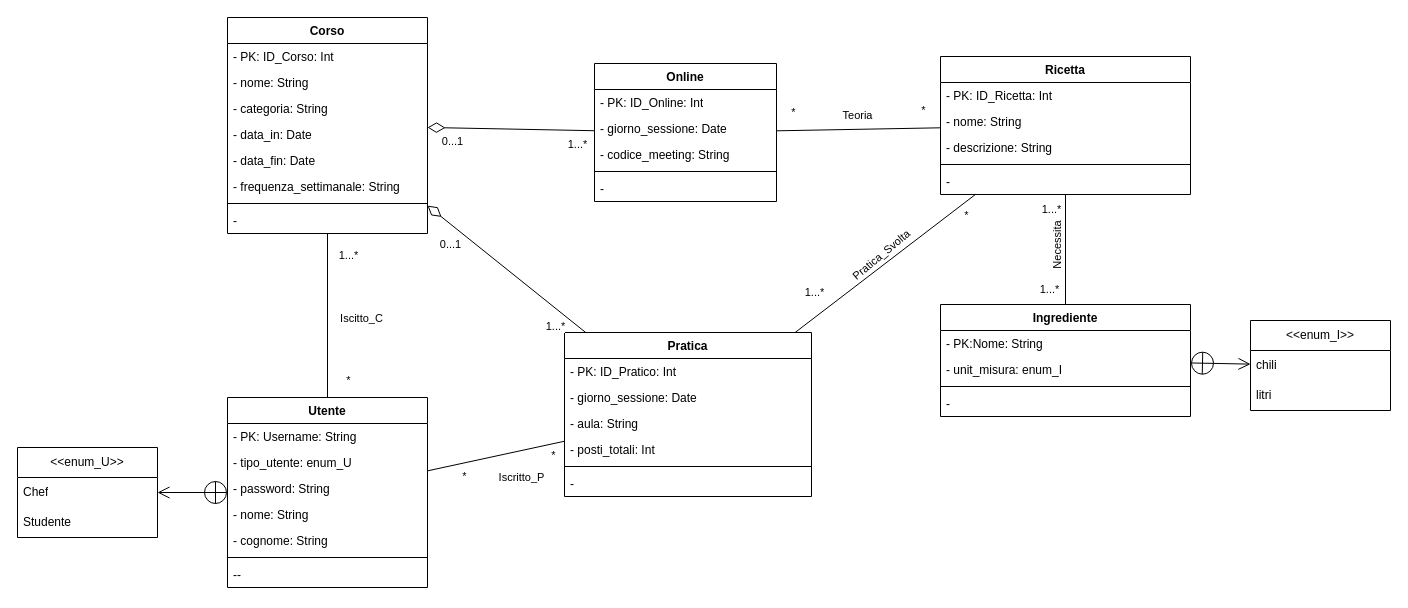
Earlier version of the draw.io diagram page "umlRistrutturato" (3 of 4) of bdd/uml/UML1.drawio (MetisWastaken/UninaFoodLab). Source tidied: cells renumbered, new cells numbered last; positions are measured from the earlier drawing's top-left corner, leaving out a move shared by most shapes. Both pictures are drawn from the tidied source at 100%, with x=0, y=0 at pixel (17, 17).
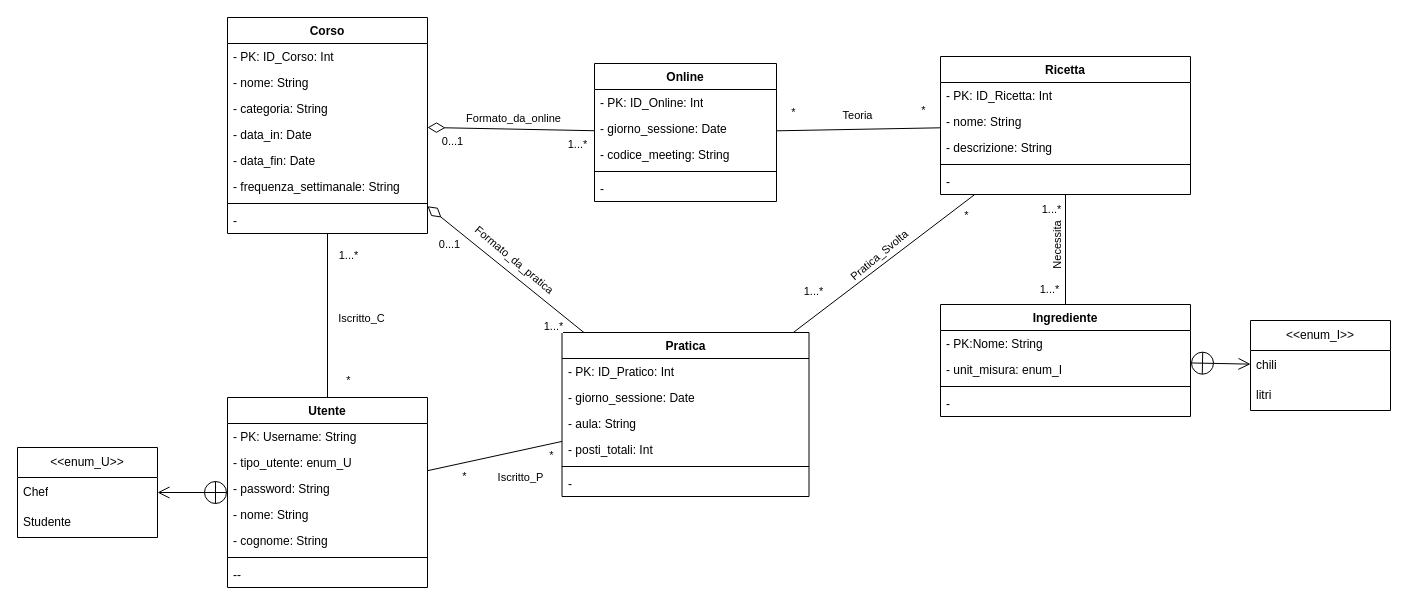
Above is the later version.

Commit message (it also covers changes not shown here):
Aggiornamento UML ristrutturato

The change refers to these unchanged cells:
```xml
<mxCell id="42" style="edgeStyle=none;shape=connector;rounded=0;jettySize=auto;html=1;strokeColor=default;strokeWidth=1;align=center;verticalAlign=middle;endArrow=none;endFill=0;endSize=6;" parent="1" edge="1" source="11" target="2">
  <mxGeometry relative="1" as="geometry" />
</mxCell>
<mxCell id="46" style="edgeStyle=none;shape=connector;rounded=0;jettySize=auto;html=1;strokeColor=default;strokeWidth=1;align=center;verticalAlign=middle;endArrow=diamondThin;endFill=0;endSize=15;startArrow=none;startFill=0;" parent="1" edge="1" source="19" target="2">
  <mxGeometry relative="1" as="geometry" />
</mxCell>
<mxCell id="70" style="edgeStyle=none;shape=connector;rounded=0;jettySize=auto;html=1;strokeColor=default;strokeWidth=1;align=center;verticalAlign=middle;endArrow=diamondThin;endFill=0;endSize=15;startArrow=none;startFill=0;" parent="1" edge="1" source="25" target="2">
  <mxGeometry relative="1" as="geometry" />
</mxCell>
```

What changed in the source:
```diff
@@
     <mxCell id="25" value="Pratica" style="swimlane;align=center;verticalAlign=top;horizontal=1;startSize=26;whiteSpace=wrap;html=1;" parent="1" vertex="1">
-      <mxGeometry x="547" y="315" width="247" height="164" as="geometry" />
+      <mxGeometry x="544.5" y="315" width="247" height="164" as="geometry" />
     </mxCell>
@@
-    <mxCell id="43" value="Iscitto_C" style="edgeLabel;html=1;align=center;verticalAlign=middle;" parent="42" vertex="1">
+    <mxCell id="43" value="Iscritto_C" style="edgeLabel;html=1;align=center;verticalAlign=middle;" parent="42" vertex="1">
       <mxGeometry x="-0.14" y="-2" relative="1" as="geometry">
         <mxPoint x="31" y="-9" as="offset" />
       </mxGeometry>
     </mxCell>
@@
+    <mxCell id="77" value="Formato_da_online" style="edgeLabel;html=1;align=center;verticalAlign=middle;" parent="46" vertex="1">
+      <mxGeometry x="0.12" y="-1" relative="1" as="geometry">
+        <mxPoint x="12" y="-10" as="offset" />
+      </mxGeometry>
+    </mxCell>
@@
+    <mxCell id="78" value="Formato_da_pratica" style="edgeLabel;html=1;align=center;verticalAlign=middle;rotation=40;" parent="70" vertex="1">
+      <mxGeometry x="-0.08" y="-1" relative="1" as="geometry">
+        <mxPoint x="1" y="-15" as="offset" />
+      </mxGeometry>
+    </mxCell>
```
